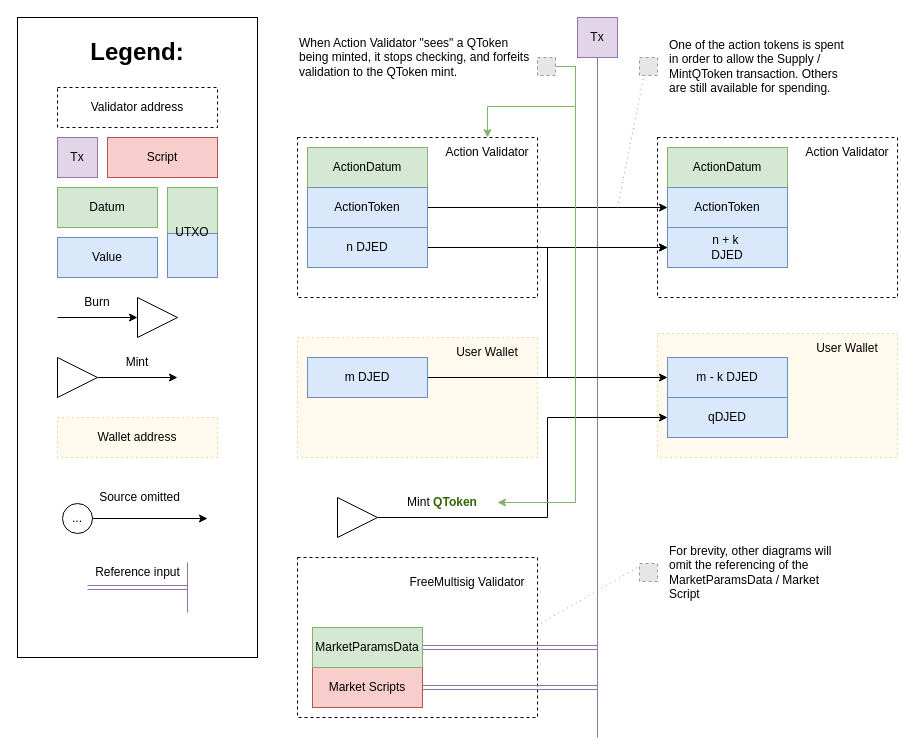
This is utxo-diagrams/Supply.drawio from Liqwid-Labs/diagrams, a draw.io file, before an edit. Source tidied: cells renumbered, new cells numbered last; positions are measured from the earlier drawing's top-left corner, leaving out a move shared by most shapes. Both pictures are drawn from the tidied source at 100%, with x=0, y=0 at pixel (17, 17). Pictures stored in the file or linked from it are replaced by grey dashed boxes.
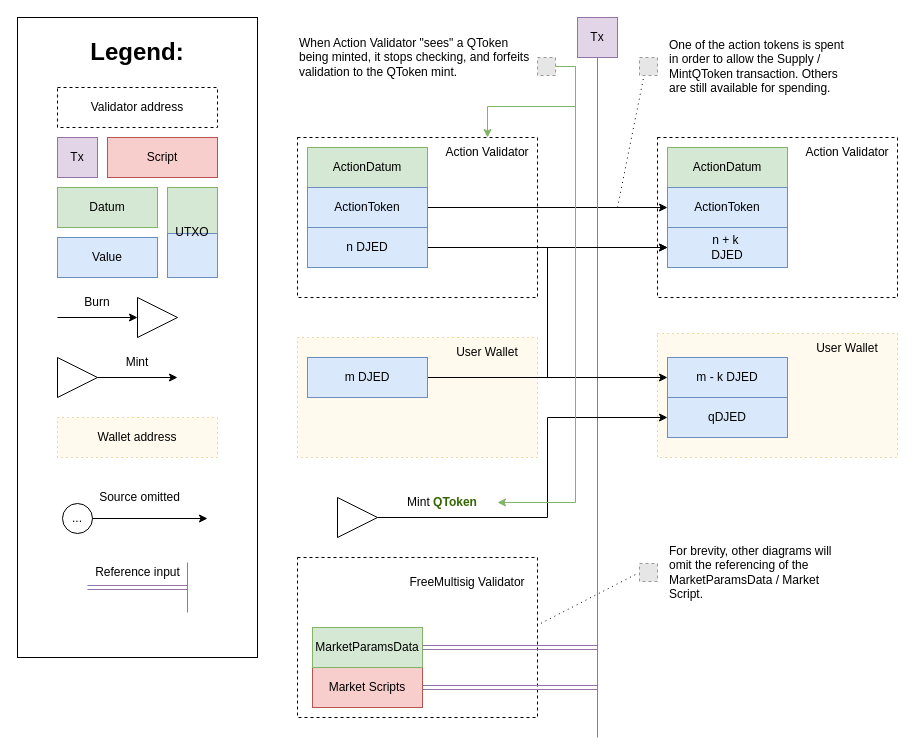
The same diagram, later.

The change refers to these unchanged cells:
```xml
<mxCell id="2" style="rounded=0;whiteSpace=wrap;html=1;fontSize=12;fillColor=none;dashed=1;horizontal=1;strokeColor=#000000;gradientColor=none;fontStyle=0;" parent="1" vertex="1">
  <mxGeometry x="280" y="540" width="240" height="160" as="geometry" />
</mxCell>
<mxCell id="60" style="fillColor=#E6E6E6;strokeColor=#999999;dashed=1;html=1;verticalAlign=top;verticalLabelPosition=bottom;labelBackgroundColor=#ffffff;" parent="1" vertex="1">
  <mxGeometry x="622" y="40" width="18" height="18" as="geometry" />
</mxCell>
```

The edit, as a diff of the source:
```diff
@@
-    <mxCell id="57" value="For brevity, other diagrams will omit the referencing of the MarketParamsData / Market Script" style="text;html=1;whiteSpace=wrap;overflow=hidden;rounded=0;" parent="1" vertex="1">
+    <mxCell id="57" value="For brevity, other diagrams will omit the referencing of the MarketParamsData / Market Script." style="text;html=1;whiteSpace=wrap;overflow=hidden;rounded=0;" parent="1" vertex="1">
       <mxGeometry x="650" y="520" width="180" height="120" as="geometry" />
     </mxCell>
-    <mxCell id="58" style="endArrow=none;dashed=1;html=1;dashPattern=1 4;strokeWidth=1;rounded=0;exitX=1.015;exitY=0.411;exitDx=0;exitDy=0;exitPerimeter=0;fillColor=#d5e8d4;strokeColor=#82b366;" parent="1" edge="1" source="2">
+    <mxCell id="58" style="endArrow=none;dashed=1;html=1;dashPattern=1 4;strokeWidth=1;rounded=0;exitX=1.015;exitY=0.411;exitDx=0;exitDy=0;exitPerimeter=0;" parent="1" edge="1" source="2">
       <mxGeometry relative="1" as="geometry">
-        <mxPoint x="620" y="550" as="targetPoint" />
+        <mxPoint x="620" y="556" as="targetPoint" />
       </mxGeometry>
     </mxCell>
@@
-    <mxCell id="62" style="endArrow=none;dashed=1;html=1;dashPattern=1 4;strokeWidth=1;rounded=0;fillColor=#d5e8d4;strokeColor=#82b366;entryX=0.25;entryY=1;entryDx=0;entryDy=0;" parent="1" edge="1" target="60">
+    <mxCell id="62" style="endArrow=none;dashed=1;html=1;dashPattern=1 4;strokeWidth=1;rounded=0;entryX=0.25;entryY=1;entryDx=0;entryDy=0;" parent="1" edge="1" target="60">
       <mxGeometry relative="1" as="geometry">
         <mxPoint x="600" y="190" as="sourcePoint" />
       </mxGeometry>
     </mxCell>
```
